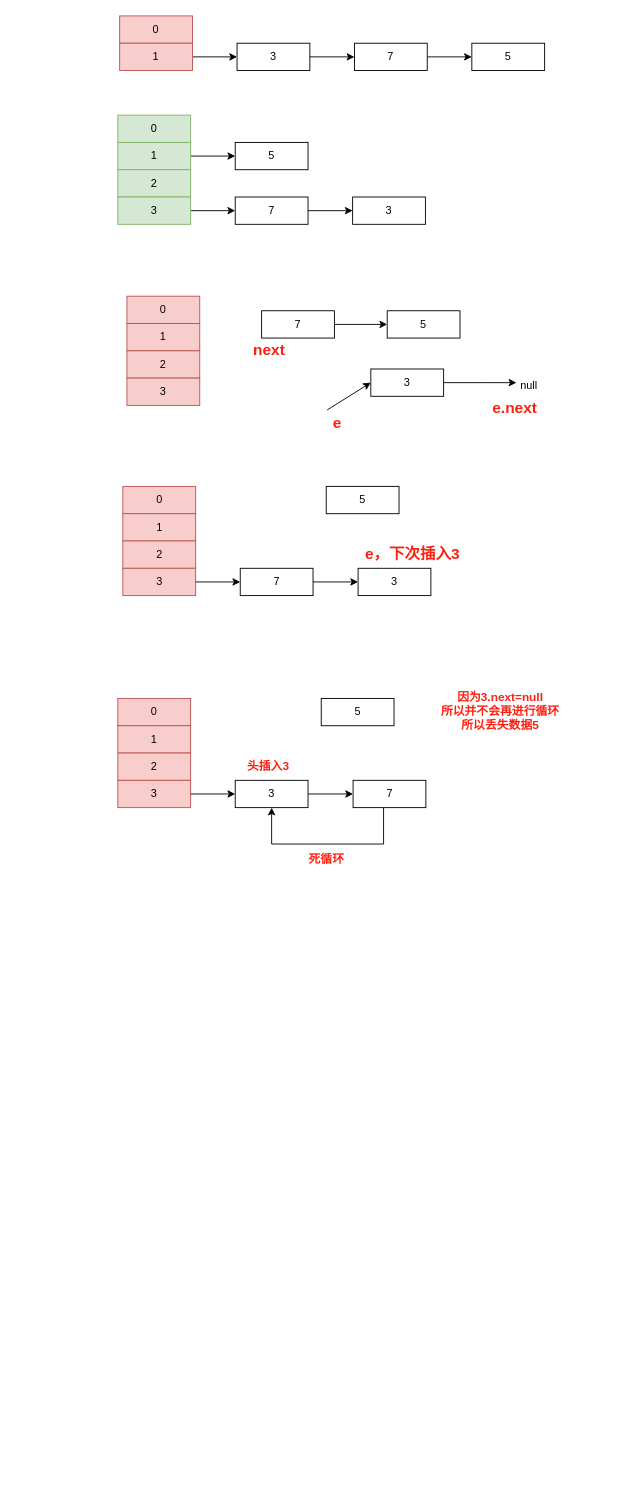
haipeng-lin/drawIo keeps this draw.io diagram as HashMap扩容.drawio. Above is the earlier version. Source tidied: cells renumbered, new cells numbered last; positions are measured from the earlier drawing's top-left corner, leaving out a move shared by most shapes. Both pictures are drawn from the tidied source at 91%, with x=0, y=0 at pixel (117, 15).
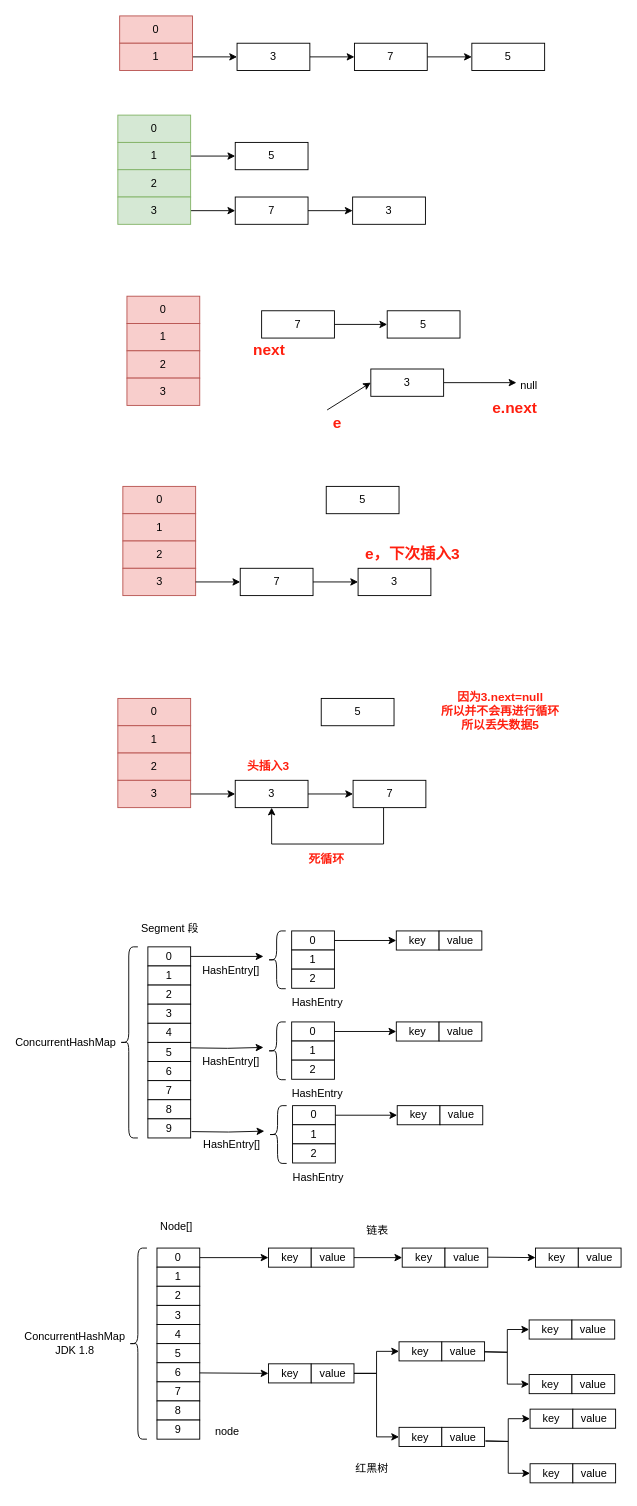
The same diagram, later.

Diff of the diagram source:
```diff
@@
+    <mxCell id="61" style="edgeStyle=orthogonalEdgeStyle;rounded=0;jettySize=auto;html=1;" parent="1" edge="1" source="62">
+      <mxGeometry relative="1" as="geometry">
+        <mxPoint x="160" y="1033.5" as="targetPoint" />
+      </mxGeometry>
+    </mxCell>
+    <mxCell id="62" value="0" style="rounded=0;whiteSpace=wrap;html=1;" parent="1" vertex="1">
+      <mxGeometry x="33" y="1023" width="47" height="21" as="geometry" />
+    </mxCell>
+    <mxCell id="63" value="1" style="rounded=0;whiteSpace=wrap;html=1;" parent="1" vertex="1">
+      <mxGeometry x="33" y="1044" width="47" height="21" as="geometry" />
+    </mxCell>
+    <mxCell id="64" value="2" style="rounded=0;whiteSpace=wrap;html=1;" parent="1" vertex="1">
+      <mxGeometry x="33" y="1065" width="47" height="21" as="geometry" />
+    </mxCell>
+    <mxCell id="65" value="3" style="rounded=0;whiteSpace=wrap;html=1;" parent="1" vertex="1">
+      <mxGeometry x="33" y="1086" width="47" height="21" as="geometry" />
+    </mxCell>
+    <mxCell id="66" value="4" style="rounded=0;whiteSpace=wrap;html=1;" parent="1" vertex="1">
+      <mxGeometry x="33" y="1107" width="47" height="21" as="geometry" />
+    </mxCell>
+    <mxCell id="67" value="5" style="rounded=0;whiteSpace=wrap;html=1;" parent="1" vertex="1">
+      <mxGeometry x="33" y="1128" width="47" height="21" as="geometry" />
+    </mxCell>
+    <mxCell id="68" value="6" style="rounded=0;whiteSpace=wrap;html=1;" parent="1" vertex="1">
+      <mxGeometry x="33" y="1149" width="47" height="21" as="geometry" />
+    </mxCell>
+    <mxCell id="69" value="7" style="rounded=0;whiteSpace=wrap;html=1;" parent="1" vertex="1">
+      <mxGeometry x="33" y="1170" width="47" height="21" as="geometry" />
+    </mxCell>
+    <mxCell id="70" value="8" style="rounded=0;whiteSpace=wrap;html=1;" parent="1" vertex="1">
+      <mxGeometry x="33" y="1191" width="47" height="21" as="geometry" />
+    </mxCell>
+    <mxCell id="71" value="9" style="rounded=0;whiteSpace=wrap;html=1;" parent="1" vertex="1">
+      <mxGeometry x="33" y="1212" width="47" height="21" as="geometry" />
+    </mxCell>
+    <mxCell id="72" style="shape=curlyBracket;whiteSpace=wrap;html=1;rounded=1;labelPosition=left;verticalLabelPosition=middle;align=right;verticalAlign=middle;" parent="1" vertex="1">
+      <mxGeometry x="2" y="1023" width="20" height="210" as="geometry" />
+    </mxCell>
+    <mxCell id="73" value="ConcurrentHashMap" style="text;html=1;align=center;verticalAlign=middle;whiteSpace=wrap;rounded=0;" parent="1" vertex="1">
+      <mxGeometry x="-87" y="1113" width="60" height="30" as="geometry" />
+    </mxCell>
+    <mxCell id="74" value="Segment 段" style="text;html=1;align=center;verticalAlign=middle;strokeColor=none;fillColor=none;" parent="1" vertex="1">
+      <mxGeometry x="16" y="990" width="81" height="26" as="geometry" />
+    </mxCell>
+    <mxCell id="75" style="shape=curlyBracket;whiteSpace=wrap;html=1;rounded=1;labelPosition=left;verticalLabelPosition=middle;align=right;verticalAlign=middle;size=0.5;" parent="1" vertex="1">
+      <mxGeometry x="164.5" y="1005.5" width="20" height="63.5" as="geometry" />
+    </mxCell>
+    <mxCell id="76" value="HashEntry[]" style="text;html=1;align=center;verticalAlign=middle;strokeColor=none;fillColor=none;" parent="1" vertex="1">
+      <mxGeometry x="83.5" y="1036" width="81" height="26" as="geometry" />
+    </mxCell>
+    <mxCell id="77" style="edgeStyle=orthogonalEdgeStyle;rounded=0;jettySize=auto;html=1;" parent="1" edge="1" source="78" target="81">
+      <mxGeometry relative="1" as="geometry" />
+    </mxCell>
+    <mxCell id="78" value="0" style="rounded=0;whiteSpace=wrap;html=1;" parent="1" vertex="1">
+      <mxGeometry x="191" y="1005.5" width="47" height="21" as="geometry" />
+    </mxCell>
+    <mxCell id="79" value="1" style="rounded=0;whiteSpace=wrap;html=1;" parent="1" vertex="1">
+      <mxGeometry x="191" y="1026.5" width="47" height="21" as="geometry" />
+    </mxCell>
+    <mxCell id="80" value="2" style="rounded=0;whiteSpace=wrap;html=1;" parent="1" vertex="1">
+      <mxGeometry x="191" y="1047.5" width="47" height="21" as="geometry" />
+    </mxCell>
+    <mxCell id="81" value="key" style="rounded=0;whiteSpace=wrap;html=1;" parent="1" vertex="1">
+      <mxGeometry x="306" y="1005.5" width="47" height="21" as="geometry" />
+    </mxCell>
+    <mxCell id="82" value="HashEntry" style="text;html=1;align=center;verticalAlign=middle;strokeColor=none;fillColor=none;" parent="1" vertex="1">
+      <mxGeometry x="181.5" y="1072" width="74" height="26" as="geometry" />
+    </mxCell>
+    <mxCell id="83" value="value" style="rounded=0;whiteSpace=wrap;html=1;" parent="1" vertex="1">
+      <mxGeometry x="353" y="1005.5" width="47" height="21" as="geometry" />
+    </mxCell>
+    <mxCell id="84" style="edgeStyle=orthogonalEdgeStyle;rounded=0;orthogonalLoop=1;jettySize=auto;html=1;" parent="1" edge="1">
+      <mxGeometry relative="1" as="geometry">
+        <mxPoint x="80" y="1134" as="sourcePoint" />
+        <mxPoint x="160" y="1133.5" as="targetPoint" />
+      </mxGeometry>
+    </mxCell>
+    <mxCell id="85" style="shape=curlyBracket;whiteSpace=wrap;html=1;rounded=1;labelPosition=left;verticalLabelPosition=middle;align=right;verticalAlign=middle;size=0.5;" parent="1" vertex="1">
+      <mxGeometry x="164.5" y="1105.5" width="20" height="63.5" as="geometry" />
+    </mxCell>
+    <mxCell id="86" value="HashEntry[]" style="text;html=1;align=center;verticalAlign=middle;strokeColor=none;fillColor=none;" parent="1" vertex="1">
+      <mxGeometry x="83.5" y="1136" width="81" height="26" as="geometry" />
+    </mxCell>
+    <mxCell id="87" style="edgeStyle=orthogonalEdgeStyle;rounded=0;jettySize=auto;html=1;" parent="1" edge="1" source="88" target="91">
+      <mxGeometry relative="1" as="geometry" />
+    </mxCell>
+    <mxCell id="88" value="0" style="rounded=0;whiteSpace=wrap;html=1;" parent="1" vertex="1">
+      <mxGeometry x="191" y="1105.5" width="47" height="21" as="geometry" />
+    </mxCell>
+    <mxCell id="89" value="1" style="rounded=0;whiteSpace=wrap;html=1;" parent="1" vertex="1">
+      <mxGeometry x="191" y="1126.5" width="47" height="21" as="geometry" />
+    </mxCell>
+    <mxCell id="90" value="2" style="rounded=0;whiteSpace=wrap;html=1;" parent="1" vertex="1">
+      <mxGeometry x="191" y="1147.5" width="47" height="21" as="geometry" />
+    </mxCell>
+    <mxCell id="91" value="key" style="rounded=0;whiteSpace=wrap;html=1;" parent="1" vertex="1">
+      <mxGeometry x="306" y="1105.5" width="47" height="21" as="geometry" />
+    </mxCell>
+    <mxCell id="92" value="HashEntry" style="text;html=1;align=center;verticalAlign=middle;strokeColor=none;fillColor=none;" parent="1" vertex="1">
+      <mxGeometry x="181.5" y="1172" width="74" height="26" as="geometry" />
+    </mxCell>
+    <mxCell id="93" value="value" style="rounded=0;whiteSpace=wrap;html=1;" parent="1" vertex="1">
+      <mxGeometry x="353" y="1105.5" width="47" height="21" as="geometry" />
+    </mxCell>
+    <mxCell id="94" style="edgeStyle=orthogonalEdgeStyle;rounded=0;orthogonalLoop=1;jettySize=auto;html=1;" parent="1" edge="1">
+      <mxGeometry relative="1" as="geometry">
+        <mxPoint x="81" y="1226" as="sourcePoint" />
+        <mxPoint x="161" y="1225.5" as="targetPoint" />
+      </mxGeometry>
+    </mxCell>
+    <mxCell id="95" style="shape=curlyBracket;whiteSpace=wrap;html=1;rounded=1;labelPosition=left;verticalLabelPosition=middle;align=right;verticalAlign=middle;size=0.5;" parent="1" vertex="1">
+      <mxGeometry x="165.5" y="1197.5" width="20" height="63.5" as="geometry" />
+    </mxCell>
+    <mxCell id="96" value="HashEntry[]" style="text;html=1;align=center;verticalAlign=middle;strokeColor=none;fillColor=none;" parent="1" vertex="1">
+      <mxGeometry x="84.5" y="1228" width="81" height="26" as="geometry" />
+    </mxCell>
+    <mxCell id="97" style="edgeStyle=orthogonalEdgeStyle;rounded=0;jettySize=auto;html=1;" parent="1" edge="1" source="98" target="101">
+      <mxGeometry relative="1" as="geometry" />
+    </mxCell>
+    <mxCell id="98" value="0" style="rounded=0;whiteSpace=wrap;html=1;" parent="1" vertex="1">
+      <mxGeometry x="192" y="1197.5" width="47" height="21" as="geometry" />
+    </mxCell>
+    <mxCell id="99" value="1" style="rounded=0;whiteSpace=wrap;html=1;" parent="1" vertex="1">
+      <mxGeometry x="192" y="1218.5" width="47" height="21" as="geometry" />
+    </mxCell>
+    <mxCell id="100" value="2" style="rounded=0;whiteSpace=wrap;html=1;" parent="1" vertex="1">
+      <mxGeometry x="192" y="1239.5" width="47" height="21" as="geometry" />
+    </mxCell>
+    <mxCell id="101" value="key" style="rounded=0;whiteSpace=wrap;html=1;" parent="1" vertex="1">
+      <mxGeometry x="307" y="1197.5" width="47" height="21" as="geometry" />
+    </mxCell>
+    <mxCell id="102" value="HashEntry" style="text;html=1;align=center;verticalAlign=middle;strokeColor=none;fillColor=none;" parent="1" vertex="1">
+      <mxGeometry x="182.5" y="1264" width="74" height="26" as="geometry" />
+    </mxCell>
+    <mxCell id="103" value="value" style="rounded=0;whiteSpace=wrap;html=1;" parent="1" vertex="1">
+      <mxGeometry x="354" y="1197.5" width="47" height="21" as="geometry" />
+    </mxCell>
+    <mxCell id="104" style="edgeStyle=orthogonalEdgeStyle;rounded=0;jettySize=auto;html=1;entryX=0;entryY=0.5;entryDx=0;entryDy=0;" parent="1" edge="1" source="105" target="117">
+      <mxGeometry relative="1" as="geometry" />
+    </mxCell>
+    <mxCell id="105" value="0" style="rounded=0;whiteSpace=wrap;html=1;" parent="1" vertex="1">
+      <mxGeometry x="43" y="1354" width="47" height="21" as="geometry" />
+    </mxCell>
+    <mxCell id="106" value="1" style="rounded=0;whiteSpace=wrap;html=1;" parent="1" vertex="1">
+      <mxGeometry x="43" y="1375" width="47" height="21" as="geometry" />
+    </mxCell>
+    <mxCell id="107" value="2" style="rounded=0;whiteSpace=wrap;html=1;" parent="1" vertex="1">
+      <mxGeometry x="43" y="1396" width="47" height="21" as="geometry" />
+    </mxCell>
+    <mxCell id="108" value="3" style="rounded=0;whiteSpace=wrap;html=1;" parent="1" vertex="1">
+      <mxGeometry x="43" y="1417" width="47" height="21" as="geometry" />
+    </mxCell>
+    <mxCell id="109" value="4" style="rounded=0;whiteSpace=wrap;html=1;" parent="1" vertex="1">
+      <mxGeometry x="43" y="1438" width="47" height="21" as="geometry" />
+    </mxCell>
+    <mxCell id="110" value="5" style="rounded=0;whiteSpace=wrap;html=1;" parent="1" vertex="1">
+      <mxGeometry x="43" y="1459" width="47" height="21" as="geometry" />
+    </mxCell>
+    <mxCell id="111" value="6" style="rounded=0;whiteSpace=wrap;html=1;" parent="1" vertex="1">
+      <mxGeometry x="43" y="1480" width="47" height="21" as="geometry" />
+    </mxCell>
+    <mxCell id="112" value="7" style="rounded=0;whiteSpace=wrap;html=1;" parent="1" vertex="1">
+      <mxGeometry x="43" y="1501" width="47" height="21" as="geometry" />
+    </mxCell>
+    <mxCell id="113" value="8" style="rounded=0;whiteSpace=wrap;html=1;" parent="1" vertex="1">
+      <mxGeometry x="43" y="1522" width="47" height="21" as="geometry" />
+    </mxCell>
+    <mxCell id="114" value="9" style="rounded=0;whiteSpace=wrap;html=1;" parent="1" vertex="1">
+      <mxGeometry x="43" y="1543" width="47" height="21" as="geometry" />
+    </mxCell>
+    <mxCell id="115" style="shape=curlyBracket;whiteSpace=wrap;html=1;rounded=1;labelPosition=left;verticalLabelPosition=middle;align=right;verticalAlign=middle;" parent="1" vertex="1">
+      <mxGeometry x="12" y="1354" width="20" height="210" as="geometry" />
+    </mxCell>
+    <mxCell id="116" value="ConcurrentHashMap&lt;div&gt;JDK 1.8&lt;/div&gt;" style="text;html=1;align=center;verticalAlign=middle;whiteSpace=wrap;rounded=0;" parent="1" vertex="1">
+      <mxGeometry x="-77" y="1444" width="60" height="30" as="geometry" />
+    </mxCell>
+    <mxCell id="117" value="key" style="rounded=0;whiteSpace=wrap;html=1;" parent="1" vertex="1">
+      <mxGeometry x="165.5" y="1354" width="47" height="21" as="geometry" />
+    </mxCell>
+    <mxCell id="118" style="edgeStyle=orthogonalEdgeStyle;rounded=0;jettySize=auto;html=1;entryX=0;entryY=0.5;entryDx=0;entryDy=0;" parent="1" edge="1" source="119" target="121">
+      <mxGeometry relative="1" as="geometry" />
+    </mxCell>
+    <mxCell id="119" value="value" style="rounded=0;whiteSpace=wrap;html=1;" parent="1" vertex="1">
+      <mxGeometry x="212.5" y="1354" width="47" height="21" as="geometry" />
+    </mxCell>
+    <mxCell id="120" value="Node[]" style="text;html=1;align=center;verticalAlign=middle;strokeColor=none;fillColor=none;" parent="1" vertex="1">
+      <mxGeometry x="37" y="1318" width="53" height="26" as="geometry" />
+    </mxCell>
+    <mxCell id="121" value="key" style="rounded=0;whiteSpace=wrap;html=1;" parent="1" vertex="1">
+      <mxGeometry x="312.5" y="1354" width="47" height="21" as="geometry" />
+    </mxCell>
+    <mxCell id="122" style="edgeStyle=orthogonalEdgeStyle;rounded=0;orthogonalLoop=1;jettySize=auto;html=1;exitX=0.5;exitY=1;exitDx=0;exitDy=0;" parent="1" edge="1" source="121" target="121">
+      <mxGeometry relative="1" as="geometry" />
+    </mxCell>
+    <mxCell id="123" value="value" style="rounded=0;whiteSpace=wrap;html=1;" parent="1" vertex="1">
+      <mxGeometry x="359.5" y="1354" width="47" height="21" as="geometry" />
+    </mxCell>
+    <mxCell id="124" style="edgeStyle=orthogonalEdgeStyle;rounded=0;jettySize=auto;html=1;entryX=0;entryY=0.5;entryDx=0;entryDy=0;" parent="1" edge="1" target="125">
+      <mxGeometry relative="1" as="geometry">
+        <mxPoint x="406.5" y="1364" as="sourcePoint" />
+      </mxGeometry>
+    </mxCell>
+    <mxCell id="125" value="key" style="rounded=0;whiteSpace=wrap;html=1;" parent="1" vertex="1">
+      <mxGeometry x="459" y="1354" width="47" height="21" as="geometry" />
+    </mxCell>
+    <mxCell id="126" style="edgeStyle=orthogonalEdgeStyle;rounded=0;orthogonalLoop=1;jettySize=auto;html=1;exitX=0.5;exitY=1;exitDx=0;exitDy=0;" parent="1" edge="1" source="125" target="125">
+      <mxGeometry relative="1" as="geometry" />
+    </mxCell>
+    <mxCell id="127" value="value" style="rounded=0;whiteSpace=wrap;html=1;" parent="1" vertex="1">
+      <mxGeometry x="506" y="1354" width="47" height="21" as="geometry" />
+    </mxCell>
+    <mxCell id="128" value="链表" style="text;html=1;align=center;verticalAlign=middle;strokeColor=none;fillColor=none;" parent="1" vertex="1">
+      <mxGeometry x="264" y="1322" width="42" height="26" as="geometry" />
+    </mxCell>
+    <mxCell id="129" style="edgeStyle=orthogonalEdgeStyle;rounded=0;jettySize=auto;html=1;entryX=0;entryY=0.5;entryDx=0;entryDy=0;" parent="1" edge="1" target="130">
+      <mxGeometry relative="1" as="geometry">
+        <mxPoint x="90" y="1491.2" as="sourcePoint" />
+      </mxGeometry>
+    </mxCell>
+    <mxCell id="130" value="key" style="rounded=0;whiteSpace=wrap;html=1;" parent="1" vertex="1">
+      <mxGeometry x="165.5" y="1481.2" width="47" height="21" as="geometry" />
+    </mxCell>
+    <mxCell id="131" style="edgeStyle=orthogonalEdgeStyle;rounded=0;jettySize=auto;html=1;entryX=0;entryY=0.5;entryDx=0;entryDy=0;" parent="1" edge="1" source="133" target="134">
+      <mxGeometry relative="1" as="geometry" />
+    </mxCell>
+    <mxCell id="132" style="edgeStyle=orthogonalEdgeStyle;rounded=0;jettySize=auto;html=1;entryX=0;entryY=0.5;entryDx=0;entryDy=0;" parent="1" edge="1" source="133" target="137">
+      <mxGeometry relative="1" as="geometry" />
+    </mxCell>
+    <mxCell id="133" value="value" style="rounded=0;whiteSpace=wrap;html=1;" parent="1" vertex="1">
+      <mxGeometry x="212.5" y="1481.2" width="47" height="21" as="geometry" />
+    </mxCell>
+    <mxCell id="134" value="key" style="rounded=0;whiteSpace=wrap;html=1;" parent="1" vertex="1">
+      <mxGeometry x="309" y="1457" width="47" height="21" as="geometry" />
+    </mxCell>
+    <mxCell id="135" style="edgeStyle=orthogonalEdgeStyle;rounded=0;orthogonalLoop=1;jettySize=auto;html=1;exitX=0.5;exitY=1;exitDx=0;exitDy=0;" parent="1" edge="1" source="134" target="134">
+      <mxGeometry relative="1" as="geometry" />
+    </mxCell>
+    <mxCell id="136" value="value" style="rounded=0;whiteSpace=wrap;html=1;" parent="1" vertex="1">
+      <mxGeometry x="356" y="1457" width="47" height="21" as="geometry" />
+    </mxCell>
+    <mxCell id="137" value="key" style="rounded=0;whiteSpace=wrap;html=1;" parent="1" vertex="1">
+      <mxGeometry x="309" y="1551" width="47" height="21" as="geometry" />
+    </mxCell>
+    <mxCell id="138" style="edgeStyle=orthogonalEdgeStyle;rounded=0;orthogonalLoop=1;jettySize=auto;html=1;exitX=0.5;exitY=1;exitDx=0;exitDy=0;" parent="1" edge="1" source="137" target="137">
+      <mxGeometry relative="1" as="geometry" />
+    </mxCell>
+    <mxCell id="139" value="value" style="rounded=0;whiteSpace=wrap;html=1;" parent="1" vertex="1">
+      <mxGeometry x="356" y="1551" width="47" height="21" as="geometry" />
+    </mxCell>
+    <mxCell id="140" value="红黑树" style="text;html=1;align=center;verticalAlign=middle;strokeColor=none;fillColor=none;" parent="1" vertex="1">
+      <mxGeometry x="252" y="1584" width="54" height="26" as="geometry" />
+    </mxCell>
+    <mxCell id="141" value="node" style="text;html=1;align=center;verticalAlign=middle;strokeColor=none;fillColor=none;" parent="1" vertex="1">
+      <mxGeometry x="97" y="1543" width="45" height="26" as="geometry" />
+    </mxCell>
+    <mxCell id="142" style="edgeStyle=orthogonalEdgeStyle;rounded=0;jettySize=auto;html=1;entryX=0;entryY=0.5;entryDx=0;entryDy=0;" parent="1" edge="1" target="144">
+      <mxGeometry relative="1" as="geometry">
+        <mxPoint x="403" y="1468" as="sourcePoint" />
+      </mxGeometry>
+    </mxCell>
+    <mxCell id="143" style="edgeStyle=orthogonalEdgeStyle;rounded=0;jettySize=auto;html=1;entryX=0;entryY=0.5;entryDx=0;entryDy=0;" parent="1" edge="1" target="147">
+      <mxGeometry relative="1" as="geometry">
+        <mxPoint x="403" y="1468" as="sourcePoint" />
+      </mxGeometry>
+    </mxCell>
+    <mxCell id="144" value="key" style="rounded=0;whiteSpace=wrap;html=1;" parent="1" vertex="1">
+      <mxGeometry x="452" y="1433" width="47" height="21" as="geometry" />
+    </mxCell>
+    <mxCell id="145" style="edgeStyle=orthogonalEdgeStyle;rounded=0;orthogonalLoop=1;jettySize=auto;html=1;exitX=0.5;exitY=1;exitDx=0;exitDy=0;" parent="1" edge="1" source="144" target="144">
+      <mxGeometry relative="1" as="geometry" />
+    </mxCell>
+    <mxCell id="146" value="value" style="rounded=0;whiteSpace=wrap;html=1;" parent="1" vertex="1">
+      <mxGeometry x="499" y="1433" width="47" height="21" as="geometry" />
+    </mxCell>
+    <mxCell id="147" value="key" style="rounded=0;whiteSpace=wrap;html=1;" parent="1" vertex="1">
+      <mxGeometry x="452" y="1493" width="47" height="21" as="geometry" />
+    </mxCell>
+    <mxCell id="148" style="edgeStyle=orthogonalEdgeStyle;rounded=0;orthogonalLoop=1;jettySize=auto;html=1;exitX=0.5;exitY=1;exitDx=0;exitDy=0;" parent="1" edge="1" source="147" target="147">
+      <mxGeometry relative="1" as="geometry" />
+    </mxCell>
+    <mxCell id="149" value="value" style="rounded=0;whiteSpace=wrap;html=1;" parent="1" vertex="1">
+      <mxGeometry x="499" y="1493" width="47" height="21" as="geometry" />
+    </mxCell>
+    <mxCell id="150" style="edgeStyle=orthogonalEdgeStyle;rounded=0;jettySize=auto;html=1;entryX=0;entryY=0.5;entryDx=0;entryDy=0;" parent="1" edge="1" target="152">
+      <mxGeometry relative="1" as="geometry">
+        <mxPoint x="404" y="1566" as="sourcePoint" />
+      </mxGeometry>
+    </mxCell>
+    <mxCell id="151" style="edgeStyle=orthogonalEdgeStyle;rounded=0;jettySize=auto;html=1;entryX=0;entryY=0.5;entryDx=0;entryDy=0;" parent="1" edge="1" target="155">
+      <mxGeometry relative="1" as="geometry">
+        <mxPoint x="404" y="1566" as="sourcePoint" />
+      </mxGeometry>
+    </mxCell>
+    <mxCell id="152" value="key" style="rounded=0;whiteSpace=wrap;html=1;" parent="1" vertex="1">
+      <mxGeometry x="453" y="1531" width="47" height="21" as="geometry" />
+    </mxCell>
+    <mxCell id="153" style="edgeStyle=orthogonalEdgeStyle;rounded=0;orthogonalLoop=1;jettySize=auto;html=1;exitX=0.5;exitY=1;exitDx=0;exitDy=0;" parent="1" edge="1" source="152" target="152">
+      <mxGeometry relative="1" as="geometry" />
+    </mxCell>
+    <mxCell id="154" value="value" style="rounded=0;whiteSpace=wrap;html=1;" parent="1" vertex="1">
+      <mxGeometry x="500" y="1531" width="47" height="21" as="geometry" />
+    </mxCell>
+    <mxCell id="155" value="key" style="rounded=0;whiteSpace=wrap;html=1;" parent="1" vertex="1">
+      <mxGeometry x="453" y="1591" width="47" height="21" as="geometry" />
+    </mxCell>
+    <mxCell id="156" style="edgeStyle=orthogonalEdgeStyle;rounded=0;orthogonalLoop=1;jettySize=auto;html=1;exitX=0.5;exitY=1;exitDx=0;exitDy=0;" parent="1" edge="1" source="155" target="155">
+      <mxGeometry relative="1" as="geometry" />
+    </mxCell>
+    <mxCell id="157" value="value" style="rounded=0;whiteSpace=wrap;html=1;" parent="1" vertex="1">
+      <mxGeometry x="500" y="1591" width="47" height="21" as="geometry" />
+    </mxCell>
```
